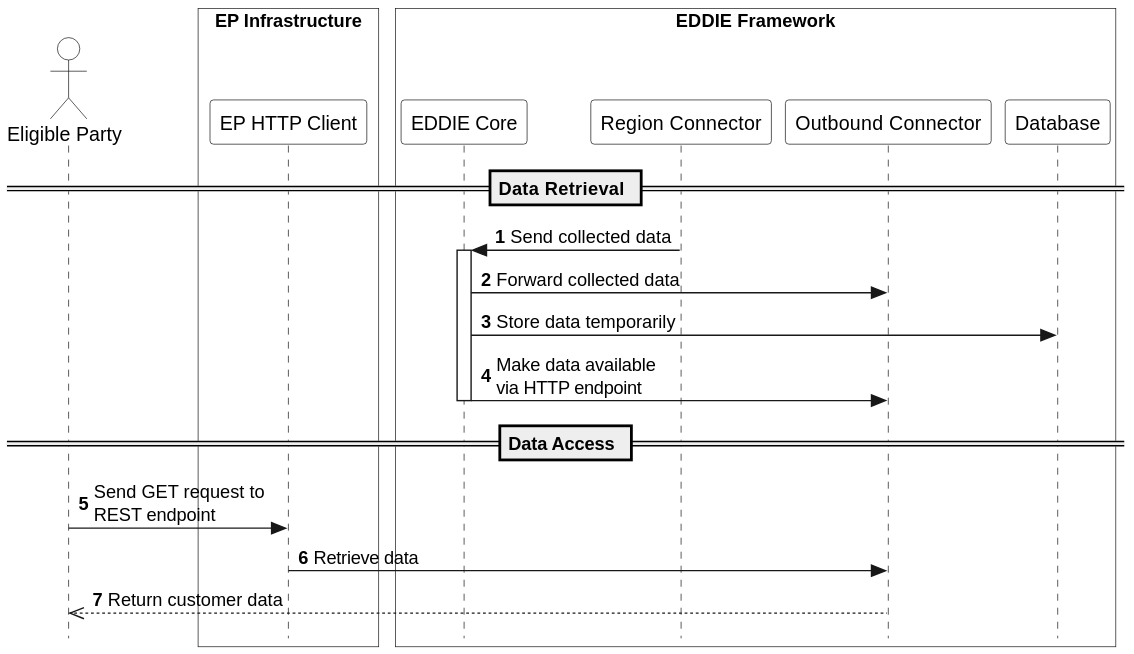
Above: arc42/eddie-framework/runtime-view/figures/eddie-framework-collect-data-http.svg in eddie-energy/architecture (PlantUML), before the change.
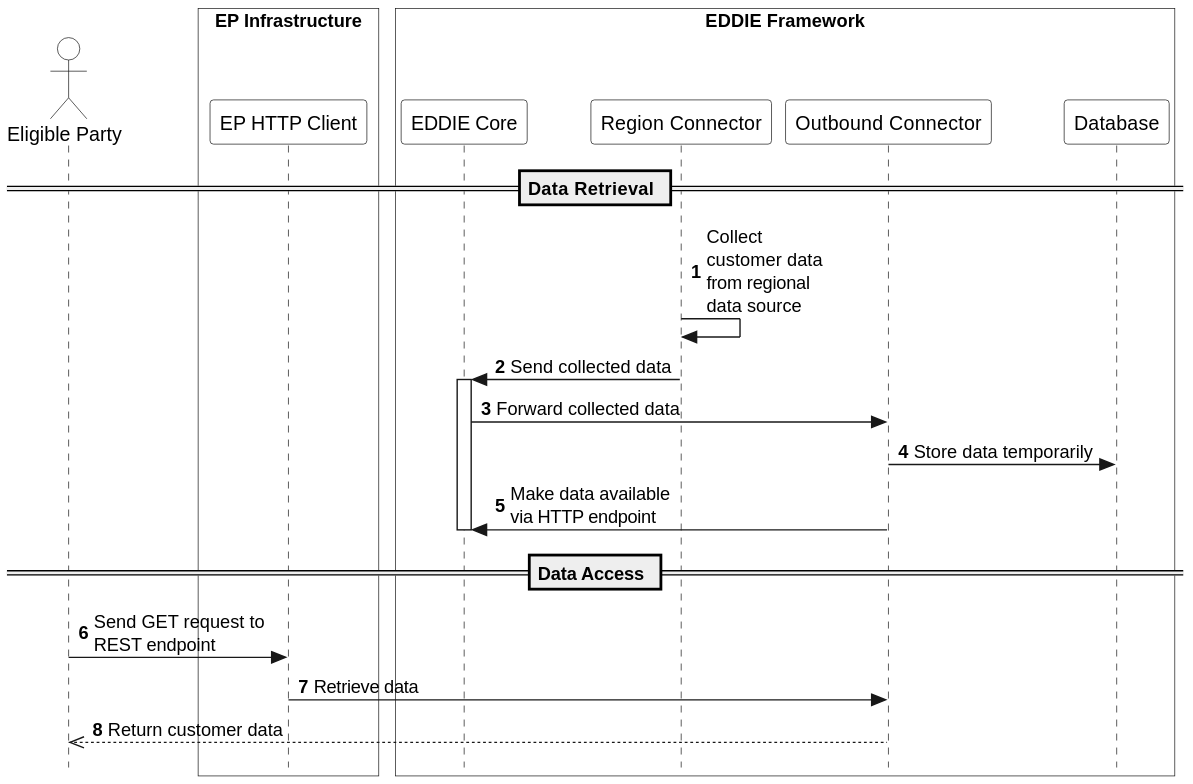
After the commit.

Commit message:
Part of #126: Fixed workflows of revoking permissions and collecting data via HTTP.

Change to the diagram source:
```diff
@@ -22,11 +22,12 @@
 end box
 
 == Data Retrieval ==
+rc -> rc : Collect \ncustomer data \nfrom regional \ndata source
 rc -> eddie : Send collected data
 activate eddie
 eddie -> restOC : Forward collected data
-eddie -> db : Store data temporarily
-eddie -> restOC : Make data available\nvia HTTP endpoint
+restOC -> db : Store data temporarily
+restOC -> eddie : Make data available\nvia HTTP endpoint
 deactivate eddie
 
 == Data Access ==
```
